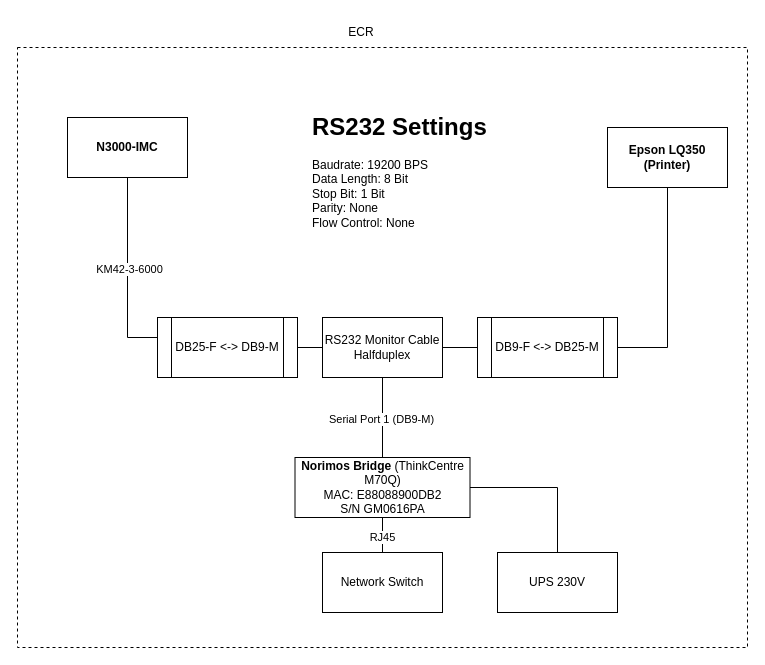
Earlier version of the draw.io diagram assets/NorimosBridge.drawio (marvinGitHub/norimos-bridge). Source tidied: cells renumbered, new cells numbered last; positions are measured from the earlier drawing's top-left corner, leaving out a move shared by most shapes. Both pictures are drawn from the tidied source at 100%, with x=0, y=0 at pixel (17, 17).
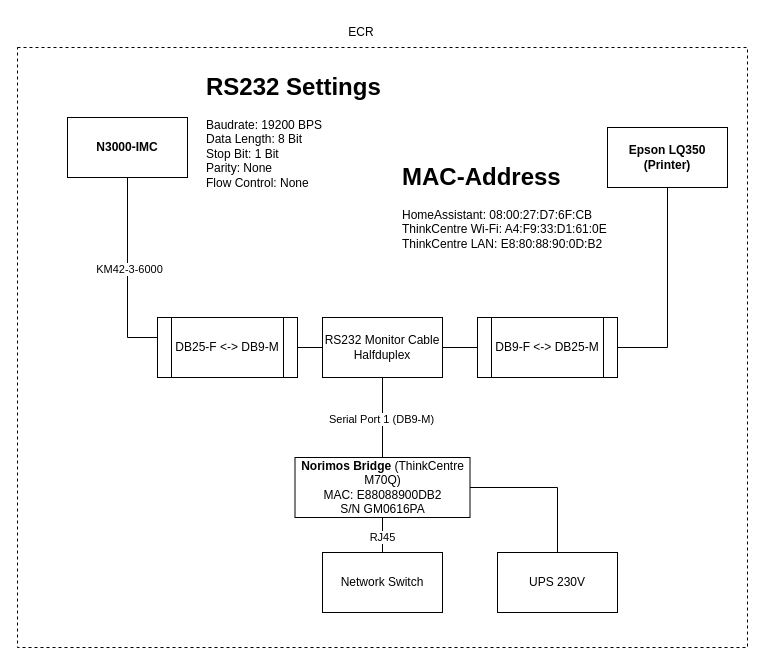
The same diagram, later.

What changed in the source:
```diff
@@
     <mxCell id="22" value="&lt;h1&gt;RS232 Settings&lt;/h1&gt;&lt;p&gt;Baudrate: 19200 BPS&lt;br&gt;Data Length: 8 Bit&lt;br&gt;Stop Bit: 1 Bit&lt;br&gt;&lt;span style=&quot;background-color: initial;&quot;&gt;Parity: None&lt;/span&gt;&lt;span style=&quot;background-color: initial;&quot;&gt;&lt;br&gt;Flow Control: None&lt;/span&gt;&lt;/p&gt;" style="text;html=1;strokeColor=none;fillColor=none;spacing=5;spacingTop=-20;whiteSpace=wrap;overflow=hidden;rounded=0;" parent="1" vertex="1">
-      <mxGeometry x="290" y="90" width="190" height="120" as="geometry" />
+      <mxGeometry x="184" y="50" width="190" height="120" as="geometry" />
     </mxCell>
+    <mxCell id="23" value="&lt;h1&gt;MAC-Address&lt;/h1&gt;&lt;p&gt;HomeAssistant: 08:00:27:D7:6F:CB&lt;br&gt;ThinkCentre Wi-Fi: A4:F9:33:D1:61:0E&lt;br&gt;ThinkCentre LAN: E8:80:88:90:0D:B2&lt;/p&gt;" style="text;html=1;strokeColor=none;fillColor=none;spacing=5;spacingTop=-20;whiteSpace=wrap;overflow=hidden;rounded=0;" parent="1" vertex="1">
+      <mxGeometry x="380" y="140" width="220" height="120" as="geometry" />
+    </mxCell>
```
